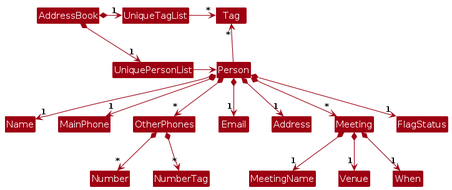
This is diagrams/BetterModelClassDiagram.png from AY2526S1-CS2103-F10-1/tp, a PlantUML export, as it was before one commit. Its source is kept beside it as diagrams/BetterModelClassDiagram.puml.
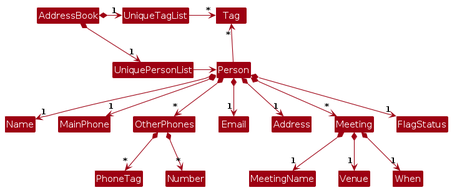
Above is the later version.

The edit, as a diff of the source:
```diff
@@ -25,7 +25,7 @@
 Meeting *--> "1" Venue
 Meeting *--> "1" When
 
+OtherPhones *--> "*" PhoneTag
 OtherPhones *--> "*" Number
-OtherPhones *--> "*" NumberTag
 
 @enduml
```
